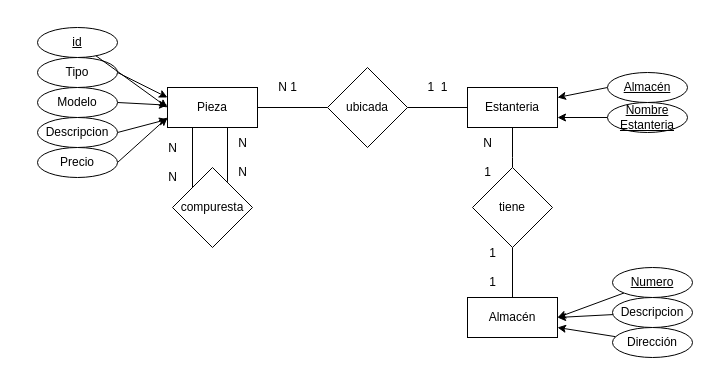
Before: ej5.drawio in adriii28/amr-tsys-C3U12-11102023, a draw.io diagram. Source tidied: cells renumbered, new cells numbered last; positions are measured from the earlier drawing's top-left corner, leaving out a move shared by most shapes. Both pictures are drawn from the tidied source at 100%, with x=0, y=0 at pixel (37, 27).
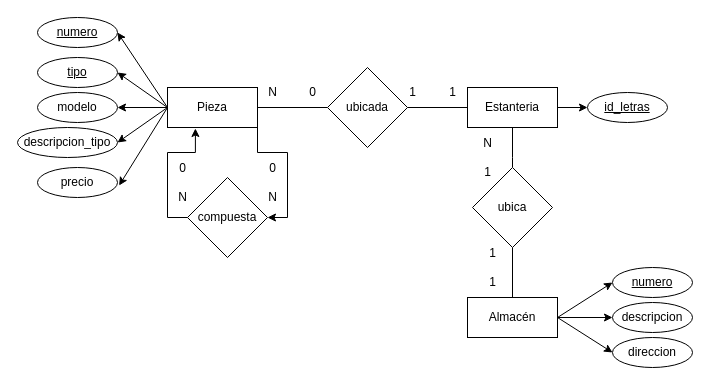
Above is the later version.

The change refers to these unchanged cells:
```xml
<mxCell id="3" value="Pieza" style="rounded=0;whiteSpace=wrap;html=1;" parent="1" vertex="1">
  <mxGeometry x="130" y="60" width="90" height="40" as="geometry" />
</mxCell>
<mxCell id="4" value="Almacén" style="rounded=0;whiteSpace=wrap;html=1;" parent="1" vertex="1">
  <mxGeometry x="430" y="270" width="90" height="40" as="geometry" />
</mxCell>
<mxCell id="6" value="Estanteria" style="rounded=0;whiteSpace=wrap;html=1;" parent="1" vertex="1">
  <mxGeometry x="430" y="60" width="90" height="40" as="geometry" />
</mxCell>
```

Diff of the diagram source:
```diff
@@
+    <mxCell id="40" style="rounded=0;jettySize=auto;html=1;entryX=1;entryY=0.5;entryDx=0;entryDy=0;exitX=0;exitY=0.5;exitDx=0;exitDy=0;" parent="1" edge="1" source="3" target="38">
+      <mxGeometry relative="1" as="geometry" />
+    </mxCell>
+    <mxCell id="41" style="rounded=0;jettySize=auto;html=1;entryX=1;entryY=0.5;entryDx=0;entryDy=0;exitX=0;exitY=0.5;exitDx=0;exitDy=0;" parent="1" edge="1" source="3" target="15">
+      <mxGeometry relative="1" as="geometry" />
+    </mxCell>
+    <mxCell id="42" style="edgeStyle=orthogonalEdgeStyle;rounded=0;jettySize=auto;html=1;entryX=1;entryY=0.5;entryDx=0;entryDy=0;" parent="1" edge="1" source="3" target="17">
+      <mxGeometry relative="1" as="geometry" />
+    </mxCell>
+    <mxCell id="43" style="rounded=0;jettySize=auto;html=1;entryX=1;entryY=0.5;entryDx=0;entryDy=0;exitX=0;exitY=0.5;exitDx=0;exitDy=0;" parent="1" edge="1" source="3" target="19">
+      <mxGeometry relative="1" as="geometry" />
+    </mxCell>
+    <mxCell id="44" style="edgeStyle=orthogonalEdgeStyle;rounded=0;jettySize=auto;html=1;exitX=1;exitY=1;exitDx=0;exitDy=0;entryX=1;entryY=0.5;entryDx=0;entryDy=0;" parent="1" edge="1" source="3" target="9">
+      <mxGeometry relative="1" as="geometry" />
+    </mxCell>
@@
+    <mxCell id="45" style="rounded=0;jettySize=auto;html=1;entryX=0;entryY=0.5;entryDx=0;entryDy=0;exitX=1;exitY=0.5;exitDx=0;exitDy=0;" parent="1" edge="1" source="4" target="23">
+      <mxGeometry relative="1" as="geometry" />
+    </mxCell>
+    <mxCell id="46" style="edgeStyle=orthogonalEdgeStyle;rounded=0;jettySize=auto;html=1;" parent="1" edge="1" source="4" target="25">
+      <mxGeometry relative="1" as="geometry" />
+    </mxCell>
+    <mxCell id="47" style="rounded=0;jettySize=auto;html=1;entryX=0;entryY=0.5;entryDx=0;entryDy=0;exitX=1;exitY=0.5;exitDx=0;exitDy=0;" parent="1" edge="1" source="4" target="27">
+      <mxGeometry relative="1" as="geometry" />
+    </mxCell>
@@
-    <mxCell id="7" style="edgeStyle=orthogonalEdgeStyle;rounded=0;jettySize=auto;html=1;exitX=0.668;exitY=0.175;exitDx=0;exitDy=0;entryX=0.5;entryY=1;entryDx=0;entryDy=0;endArrow=none;endFill=0;startArrow=none;startFill=0;exitPerimeter=0;" parent="1" edge="1" source="9" target="3">
-      <mxGeometry relative="1" as="geometry">
-        <Array as="points">
-          <mxPoint x="190" y="154" />
-          <mxPoint x="190" y="100" />
-        </Array>
-      </mxGeometry>
-    </mxCell>
-    <mxCell id="8" style="edgeStyle=orthogonalEdgeStyle;rounded=0;jettySize=auto;html=1;exitX=0;exitY=0;exitDx=0;exitDy=0;entryX=0.25;entryY=1;entryDx=0;entryDy=0;startArrow=none;startFill=0;endArrow=none;endFill=0;" parent="1" edge="1" source="9" target="3">
-      <mxGeometry relative="1" as="geometry">
-        <Array as="points">
-          <mxPoint x="155" y="100" />
-        </Array>
-      </mxGeometry>
-    </mxCell>
-    <mxCell id="9" value="compuresta" style="rhombus;whiteSpace=wrap;html=1;" parent="1" vertex="1">
-      <mxGeometry x="135" y="140" width="80" height="80" as="geometry" />
+    <mxCell id="9" value="compuesta" style="rhombus;whiteSpace=wrap;html=1;" parent="1" vertex="1">
+      <mxGeometry x="150" y="150" width="80" height="80" as="geometry" />
     </mxCell>
@@
-    <mxCell id="13" value="tiene" style="rhombus;whiteSpace=wrap;html=1;" parent="1" vertex="1">
+    <mxCell id="13" value="ubica" style="rhombus;whiteSpace=wrap;html=1;" parent="1" vertex="1">
       <mxGeometry x="435" y="140" width="80" height="80" as="geometry" />
     </mxCell>
-    <mxCell id="14" style="rounded=0;jettySize=auto;html=1;exitX=1;exitY=0.5;exitDx=0;exitDy=0;entryX=0;entryY=0.25;entryDx=0;entryDy=0;" parent="1" edge="1" source="15" target="3">
-      <mxGeometry relative="1" as="geometry" />
-    </mxCell>
-    <mxCell id="15" value="Tipo" style="ellipse;whiteSpace=wrap;html=1;fontStyle=0;" parent="1" vertex="1">
+    <mxCell id="15" value="&lt;u&gt;tipo&lt;/u&gt;" style="ellipse;whiteSpace=wrap;html=1;fontStyle=0;" parent="1" vertex="1">
       <mxGeometry y="30" width="80" height="30" as="geometry" />
     </mxCell>
-    <mxCell id="16" style="rounded=0;jettySize=auto;html=1;exitX=1;exitY=0.5;exitDx=0;exitDy=0;" parent="1" edge="1" source="17" target="3">
-      <mxGeometry relative="1" as="geometry" />
-    </mxCell>
-    <mxCell id="17" value="Modelo" style="ellipse;whiteSpace=wrap;html=1;fontStyle=0;" parent="1" vertex="1">
-      <mxGeometry y="60" width="80" height="30" as="geometry" />
+    <mxCell id="17" value="modelo" style="ellipse;whiteSpace=wrap;html=1;fontStyle=0;" parent="1" vertex="1">
+      <mxGeometry y="65" width="80" height="30" as="geometry" />
     </mxCell>
-    <mxCell id="18" style="rounded=0;jettySize=auto;html=1;exitX=1;exitY=0.5;exitDx=0;exitDy=0;" parent="1" edge="1" source="19" target="3">
-      <mxGeometry relative="1" as="geometry" />
-    </mxCell>
-    <mxCell id="19" value="Descripcion" style="ellipse;whiteSpace=wrap;html=1;fontStyle=0;" parent="1" vertex="1">
-      <mxGeometry y="90" width="80" height="30" as="geometry" />
+    <mxCell id="19" value="descripcion_tipo" style="ellipse;whiteSpace=wrap;html=1;fontStyle=0;" parent="1" vertex="1">
+      <mxGeometry x="-20" y="100" width="100" height="30" as="geometry" />
     </mxCell>
-    <mxCell id="20" style="rounded=0;jettySize=auto;html=1;exitX=1;exitY=0.5;exitDx=0;exitDy=0;" parent="1" edge="1" source="21">
-      <mxGeometry relative="1" as="geometry">
-        <mxPoint x="130" y="90" as="targetPoint" />
-      </mxGeometry>
-    </mxCell>
-    <mxCell id="21" value="Precio" style="ellipse;whiteSpace=wrap;html=1;fontStyle=0;" parent="1" vertex="1">
-      <mxGeometry y="120" width="80" height="30" as="geometry" />
+    <mxCell id="21" value="precio" style="ellipse;whiteSpace=wrap;html=1;fontStyle=0;" parent="1" vertex="1">
+      <mxGeometry y="140" width="80" height="30" as="geometry" />
     </mxCell>
-    <mxCell id="22" style="rounded=0;jettySize=auto;html=1;entryX=1;entryY=0.5;entryDx=0;entryDy=0;" parent="1" edge="1" source="23" target="4">
-      <mxGeometry relative="1" as="geometry" />
-    </mxCell>
-    <mxCell id="23" value="Numero" style="ellipse;whiteSpace=wrap;html=1;fontStyle=4;" parent="1" vertex="1">
+    <mxCell id="23" value="numero" style="ellipse;whiteSpace=wrap;html=1;fontStyle=4;" parent="1" vertex="1">
       <mxGeometry x="575" y="240" width="80" height="30" as="geometry" />
     </mxCell>
-    <mxCell id="24" style="rounded=0;jettySize=auto;html=1;entryX=1;entryY=0.5;entryDx=0;entryDy=0;" parent="1" edge="1" source="25" target="4">
-      <mxGeometry relative="1" as="geometry" />
-    </mxCell>
-    <mxCell id="25" value="Descripcion" style="ellipse;whiteSpace=wrap;html=1;fontStyle=0;" parent="1" vertex="1">
-      <mxGeometry x="575" y="270" width="80" height="30" as="geometry" />
+    <mxCell id="25" value="descripcion" style="ellipse;whiteSpace=wrap;html=1;fontStyle=0;" parent="1" vertex="1">
+      <mxGeometry x="575" y="275" width="80" height="30" as="geometry" />
     </mxCell>
-    <mxCell id="26" style="rounded=0;jettySize=auto;html=1;entryX=1;entryY=0.75;entryDx=0;entryDy=0;" parent="1" edge="1" source="27" target="4">
-      <mxGeometry relative="1" as="geometry" />
-    </mxCell>
-    <mxCell id="27" value="Dirección" style="ellipse;whiteSpace=wrap;html=1;fontStyle=0;" parent="1" vertex="1">
-      <mxGeometry x="575" y="300" width="80" height="30" as="geometry" />
+    <mxCell id="27" value="direccion" style="ellipse;whiteSpace=wrap;html=1;fontStyle=0;" parent="1" vertex="1">
+      <mxGeometry x="575" y="310" width="80" height="30" as="geometry" />
     </mxCell>
-    <mxCell id="28" style="rounded=0;jettySize=auto;html=1;exitX=0;exitY=0.5;exitDx=0;exitDy=0;entryX=1;entryY=0.25;entryDx=0;entryDy=0;" parent="1" edge="1" source="29" target="6">
-      <mxGeometry relative="1" as="geometry" />
-    </mxCell>
-    <mxCell id="29" value="Almacén" style="ellipse;whiteSpace=wrap;html=1;fontStyle=4;" parent="1" vertex="1">
-      <mxGeometry x="570" y="45" width="80" height="30" as="geometry" />
+    <mxCell id="29" value="id_letras" style="ellipse;whiteSpace=wrap;html=1;fontStyle=4;" parent="1" vertex="1">
+      <mxGeometry x="550" y="65" width="80" height="30" as="geometry" />
     </mxCell>
-    <mxCell id="30" style="rounded=0;jettySize=auto;html=1;exitX=0;exitY=0.5;exitDx=0;exitDy=0;entryX=1;entryY=0.75;entryDx=0;entryDy=0;" parent="1" edge="1" source="31" target="6">
-      <mxGeometry relative="1" as="geometry" />
-    </mxCell>
-    <mxCell id="31" value="Nombre Estanteria" style="ellipse;whiteSpace=wrap;html=1;fontStyle=4;" parent="1" vertex="1">
-      <mxGeometry x="570" y="75" width="80" height="30" as="geometry" />
-    </mxCell>
-    <mxCell id="32" value="1&amp;nbsp; 1" style="text;html=1;align=center;verticalAlign=middle;strokeColor=none;fillColor=none;" parent="1" vertex="1">
-      <mxGeometry x="380" y="45" width="40" height="30" as="geometry" />
-    </mxCell>
-    <mxCell id="33" value="N 1" style="text;html=1;align=center;verticalAlign=middle;strokeColor=none;fillColor=none;" parent="1" vertex="1">
-      <mxGeometry x="230" y="45" width="40" height="30" as="geometry" />
-    </mxCell>
@@
-    <mxCell id="36" value="N&lt;br&gt;&lt;br&gt;N" style="text;html=1;align=center;verticalAlign=middle;strokeColor=none;fillColor=none;" parent="1" vertex="1">
-      <mxGeometry x="190" y="100" width="30" height="60" as="geometry" />
+    <mxCell id="36" value="0&lt;br&gt;&lt;br&gt;N" style="text;html=1;align=center;verticalAlign=middle;strokeColor=none;fillColor=none;" parent="1" vertex="1">
+      <mxGeometry x="220" y="125" width="30" height="60" as="geometry" />
     </mxCell>
-    <mxCell id="37" style="rounded=0;jettySize=auto;html=1;entryX=0;entryY=0.5;entryDx=0;entryDy=0;" parent="1" edge="1" source="38" target="3">
-      <mxGeometry relative="1" as="geometry" />
-    </mxCell>
-    <mxCell id="38" value="id" style="ellipse;whiteSpace=wrap;html=1;fontStyle=4;" parent="1" vertex="1">
-      <mxGeometry width="80" height="30" as="geometry" />
+    <mxCell id="38" value="numero" style="ellipse;whiteSpace=wrap;html=1;fontStyle=4;" parent="1" vertex="1">
+      <mxGeometry y="-10" width="80" height="30" as="geometry" />
     </mxCell>
-    <mxCell id="39" value="N&lt;br&gt;&lt;br&gt;N" style="text;html=1;align=center;verticalAlign=middle;strokeColor=none;fillColor=none;" parent="1" vertex="1">
-      <mxGeometry x="120" y="105" width="30" height="60" as="geometry" />
+    <mxCell id="39" value="0&lt;br&gt;&lt;br&gt;N" style="text;html=1;align=center;verticalAlign=middle;strokeColor=none;fillColor=none;" parent="1" vertex="1">
+      <mxGeometry x="130" y="125" width="30" height="60" as="geometry" />
     </mxCell>
+    <mxCell id="48" style="rounded=0;jettySize=auto;html=1;entryX=1.02;entryY=0.6;entryDx=0;entryDy=0;entryPerimeter=0;exitX=0;exitY=0.5;exitDx=0;exitDy=0;" parent="1" edge="1" source="3" target="21">
+      <mxGeometry relative="1" as="geometry" />
+    </mxCell>
+    <mxCell id="49" style="edgeStyle=orthogonalEdgeStyle;rounded=0;jettySize=auto;html=1;entryX=0.31;entryY=1.025;entryDx=0;entryDy=0;entryPerimeter=0;exitX=0;exitY=0.5;exitDx=0;exitDy=0;" parent="1" edge="1" source="9" target="3">
+      <mxGeometry relative="1" as="geometry" />
+    </mxCell>
+    <mxCell id="50" style="rounded=0;jettySize=auto;html=1;entryX=0;entryY=0.5;entryDx=0;entryDy=0;exitX=1;exitY=0.5;exitDx=0;exitDy=0;" parent="1" edge="1" source="6" target="29">
+      <mxGeometry relative="1" as="geometry" />
+    </mxCell>
+    <mxCell id="51" value="0" style="text;html=1;align=center;verticalAlign=middle;strokeColor=none;fillColor=none;" parent="1" vertex="1">
+      <mxGeometry x="260" y="50" width="30" height="30" as="geometry" />
+    </mxCell>
+    <mxCell id="52" value="N" style="text;html=1;align=center;verticalAlign=middle;strokeColor=none;fillColor=none;" parent="1" vertex="1">
+      <mxGeometry x="220" y="50" width="30" height="30" as="geometry" />
+    </mxCell>
+    <mxCell id="53" value="1" style="text;html=1;align=center;verticalAlign=middle;strokeColor=none;fillColor=none;" parent="1" vertex="1">
+      <mxGeometry x="360" y="50" width="30" height="30" as="geometry" />
+    </mxCell>
+    <mxCell id="54" value="1" style="text;html=1;align=center;verticalAlign=middle;strokeColor=none;fillColor=none;" parent="1" vertex="1">
+      <mxGeometry x="400" y="50" width="30" height="30" as="geometry" />
+    </mxCell>
```
